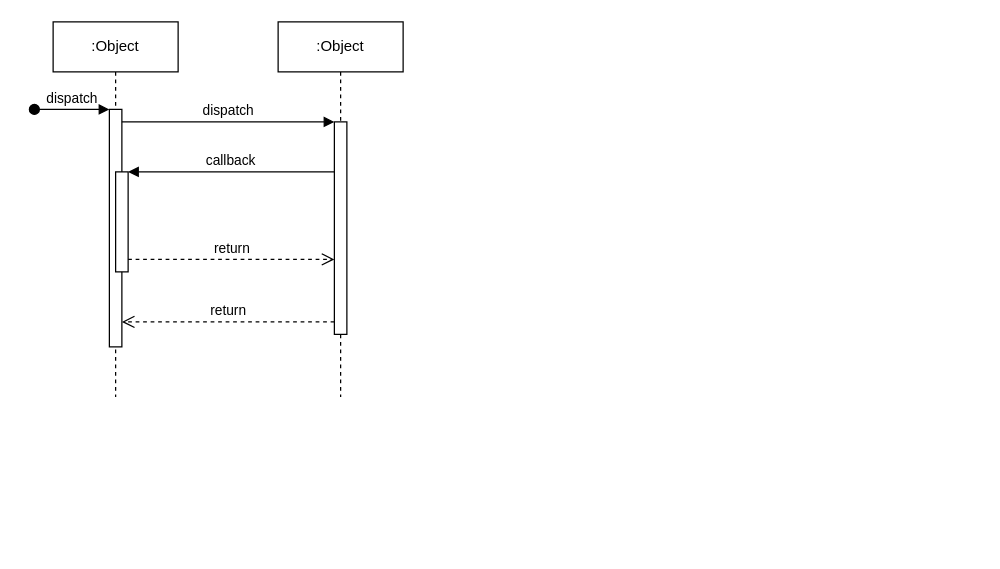
ZWJ5656588/uml keeps this draw.io diagram as 视频服务器-网络服务器模块时序图.drawio. Above is the earlier version. Source tidied: cells renumbered, new cells numbered last; positions are measured from the earlier drawing's top-left corner, leaving out a move shared by most shapes. Both pictures are drawn from the tidied source at 125%, with x=0, y=0 at pixel (34, 21).
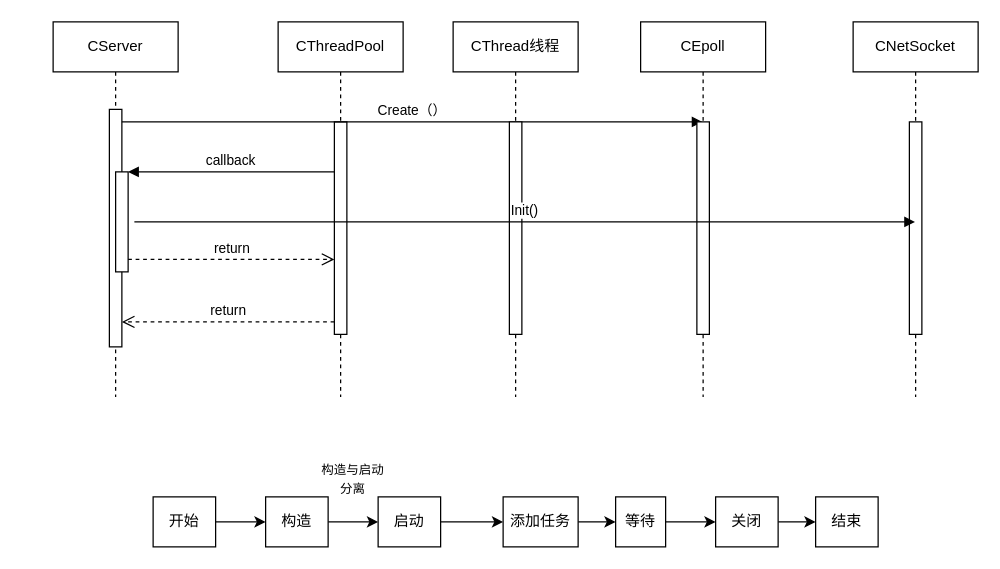
After the change.

Commit message:
视频服务器-网络服务器模块时序图.drawio

Unchanged cells that the change refers to:
```xml
<mxCell id="3" style="html=1;points=[];perimeter=orthogonalPerimeter;outlineConnect=0;targetShapes=umlLifeline;portConstraint=eastwest;newEdgeStyle={&quot;edgeStyle&quot;:&quot;elbowEdgeStyle&quot;,&quot;elbow&quot;:&quot;vertical&quot;,&quot;curved&quot;:0,&quot;rounded&quot;:0};" parent="2" vertex="1">
  <mxGeometry x="45" y="70" width="10" height="190" as="geometry" />
</mxCell>
<mxCell id="7" style="html=1;points=[];perimeter=orthogonalPerimeter;outlineConnect=0;targetShapes=umlLifeline;portConstraint=eastwest;newEdgeStyle={&quot;edgeStyle&quot;:&quot;elbowEdgeStyle&quot;,&quot;elbow&quot;:&quot;vertical&quot;,&quot;curved&quot;:0,&quot;rounded&quot;:0};" parent="6" vertex="1">
  <mxGeometry x="45" y="80" width="10" height="170" as="geometry" />
</mxCell>
```

What changed in the source:
```diff
@@
-    <mxCell id="2" value=":Object" style="shape=umlLifeline;perimeter=lifelinePerimeter;whiteSpace=wrap;html=1;newEdgeStyle={&quot;edgeStyle&quot;:&quot;elbowEdgeStyle&quot;,&quot;elbow&quot;:&quot;vertical&quot;,&quot;curved&quot;:0,&quot;rounded&quot;:0};" parent="1" vertex="1">
+    <mxCell id="2" value="CServer" style="shape=umlLifeline;perimeter=lifelinePerimeter;whiteSpace=wrap;html=1;newEdgeStyle={&quot;edgeStyle&quot;:&quot;elbowEdgeStyle&quot;,&quot;elbow&quot;:&quot;vertical&quot;,&quot;curved&quot;:0,&quot;rounded&quot;:0};" parent="1" vertex="1">
       <mxGeometry x="15" width="100" height="300" as="geometry" />
     </mxCell>
@@
-    <mxCell id="4" value="dispatch" style="html=1;verticalAlign=bottom;startArrow=oval;endArrow=block;startSize=8;edgeStyle=elbowEdgeStyle;elbow=vertical;curved=0;rounded=0;" parent="2" edge="1" target="3">
-      <mxGeometry relative="1" as="geometry">
-        <mxPoint x="-15" y="70" as="sourcePoint" />
-      </mxGeometry>
-    </mxCell>
@@
-    <mxCell id="6" value=":Object" style="shape=umlLifeline;perimeter=lifelinePerimeter;whiteSpace=wrap;html=1;newEdgeStyle={&quot;edgeStyle&quot;:&quot;elbowEdgeStyle&quot;,&quot;elbow&quot;:&quot;vertical&quot;,&quot;curved&quot;:0,&quot;rounded&quot;:0};" parent="1" vertex="1">
+    <mxCell id="6" value="CThreadPool" style="shape=umlLifeline;perimeter=lifelinePerimeter;whiteSpace=wrap;html=1;newEdgeStyle={&quot;edgeStyle&quot;:&quot;elbowEdgeStyle&quot;,&quot;elbow&quot;:&quot;vertical&quot;,&quot;curved&quot;:0,&quot;rounded&quot;:0};" parent="1" vertex="1">
       <mxGeometry x="195" width="100" height="300" as="geometry" />
     </mxCell>
@@
-    <mxCell id="8" value="dispatch" style="html=1;verticalAlign=bottom;endArrow=block;edgeStyle=elbowEdgeStyle;elbow=vertical;curved=0;rounded=0;" parent="1" edge="1" source="3" target="7">
+    <mxCell id="8" value="Create（）" style="html=1;verticalAlign=bottom;endArrow=block;edgeStyle=elbowEdgeStyle;elbow=vertical;curved=0;rounded=0;" parent="1" edge="1" source="3" target="16">
       <mxGeometry relative="1" as="geometry">
         <Array as="points">
           <mxPoint x="155" y="80" />
         </Array>
       </mxGeometry>
     </mxCell>
@@
+    <mxCell id="12" value="CNetSocket" style="shape=umlLifeline;perimeter=lifelinePerimeter;whiteSpace=wrap;html=1;outlineConnect=0;portConstraint=eastwest;newEdgeStyle={&quot;edgeStyle&quot;:&quot;elbowEdgeStyle&quot;,&quot;elbow&quot;:&quot;vertical&quot;,&quot;curved&quot;:0,&quot;rounded&quot;:0};" parent="1" vertex="1">
+      <mxGeometry x="655" width="100" height="300" as="geometry" />
+    </mxCell>
+    <mxCell id="13" style="html=1;perimeter=orthogonalPerimeter;targetShapes=umlLifeline;newEdgeStyle={&quot;edgeStyle&quot;:&quot;elbowEdgeStyle&quot;,&quot;elbow&quot;:&quot;vertical&quot;,&quot;curved&quot;:0,&quot;rounded&quot;:0};" parent="12" vertex="1">
+      <mxGeometry x="45" y="80" width="10" height="170" as="geometry" />
+    </mxCell>
+    <mxCell id="14" value="CThread线程" style="shape=umlLifeline;perimeter=lifelinePerimeter;whiteSpace=wrap;html=1;newEdgeStyle={&quot;edgeStyle&quot;:&quot;elbowEdgeStyle&quot;,&quot;elbow&quot;:&quot;vertical&quot;,&quot;curved&quot;:0,&quot;rounded&quot;:0};" parent="1" vertex="1">
+      <mxGeometry x="335" width="100" height="300" as="geometry" />
+    </mxCell>
+    <mxCell id="15" style="html=1;perimeter=orthogonalPerimeter;targetShapes=umlLifeline;newEdgeStyle={&quot;edgeStyle&quot;:&quot;elbowEdgeStyle&quot;,&quot;elbow&quot;:&quot;vertical&quot;,&quot;curved&quot;:0,&quot;rounded&quot;:0};" parent="14" vertex="1">
+      <mxGeometry x="45" y="80" width="10" height="170" as="geometry" />
+    </mxCell>
+    <mxCell id="16" value="CEpoll" style="shape=umlLifeline;perimeter=lifelinePerimeter;whiteSpace=wrap;html=1;outlineConnect=0;portConstraint=eastwest;newEdgeStyle={&quot;edgeStyle&quot;:&quot;elbowEdgeStyle&quot;,&quot;elbow&quot;:&quot;vertical&quot;,&quot;curved&quot;:0,&quot;rounded&quot;:0};" parent="1" vertex="1">
+      <mxGeometry x="485" width="100" height="300" as="geometry" />
+    </mxCell>
+    <mxCell id="17" style="html=1;perimeter=orthogonalPerimeter;targetShapes=umlLifeline;newEdgeStyle={&quot;edgeStyle&quot;:&quot;elbowEdgeStyle&quot;,&quot;elbow&quot;:&quot;vertical&quot;,&quot;curved&quot;:0,&quot;rounded&quot;:0};" parent="16" vertex="1">
+      <mxGeometry x="45" y="80" width="10" height="170" as="geometry" />
+    </mxCell>
+    <mxCell id="18" style="edgeStyle=orthogonalEdgeStyle;rounded=0;jettySize=auto;html=1;exitX=1;exitY=0.5;exitDx=0;exitDy=0;entryX=0;entryY=0.5;entryDx=0;entryDy=0;" parent="1" edge="1" source="19" target="21">
+      <mxGeometry relative="1" as="geometry" />
+    </mxCell>
+    <mxCell id="19" value="开始" style="rounded=0;whiteSpace=wrap;html=1;" parent="1" vertex="1">
+      <mxGeometry x="95" y="380" width="50" height="40" as="geometry" />
+    </mxCell>
+    <mxCell id="20" style="edgeStyle=orthogonalEdgeStyle;rounded=0;jettySize=auto;html=1;" parent="1" edge="1" source="21" target="23">
+      <mxGeometry relative="1" as="geometry" />
+    </mxCell>
+    <mxCell id="21" value="构造" style="rounded=0;whiteSpace=wrap;html=1;" parent="1" vertex="1">
+      <mxGeometry x="185" y="380" width="50" height="40" as="geometry" />
+    </mxCell>
+    <mxCell id="22" style="edgeStyle=orthogonalEdgeStyle;rounded=0;jettySize=auto;html=1;" parent="1" edge="1" source="23" target="25">
+      <mxGeometry relative="1" as="geometry" />
+    </mxCell>
+    <mxCell id="23" value="启动" style="rounded=0;whiteSpace=wrap;html=1;" parent="1" vertex="1">
+      <mxGeometry x="275" y="380" width="50" height="40" as="geometry" />
+    </mxCell>
+    <mxCell id="24" style="edgeStyle=orthogonalEdgeStyle;rounded=0;jettySize=auto;html=1;" parent="1" edge="1" source="25" target="27">
+      <mxGeometry relative="1" as="geometry" />
+    </mxCell>
+    <mxCell id="25" value="添加任务" style="rounded=0;whiteSpace=wrap;html=1;" parent="1" vertex="1">
+      <mxGeometry x="375" y="380" width="60" height="40" as="geometry" />
+    </mxCell>
+    <mxCell id="26" style="edgeStyle=orthogonalEdgeStyle;rounded=0;jettySize=auto;html=1;" parent="1" edge="1" source="27" target="30">
+      <mxGeometry relative="1" as="geometry" />
+    </mxCell>
+    <mxCell id="27" value="等待" style="rounded=0;whiteSpace=wrap;html=1;" parent="1" vertex="1">
+      <mxGeometry x="465" y="380" width="40" height="40" as="geometry" />
+    </mxCell>
+    <mxCell id="28" value="&lt;font style=&quot;font-size: 10px;&quot;&gt;构造与启动分离&lt;/font&gt;" style="text;strokeColor=none;align=center;fillColor=none;html=1;verticalAlign=middle;whiteSpace=wrap;rounded=0;" parent="1" vertex="1">
+      <mxGeometry x="225" y="350" width="60" height="30" as="geometry" />
+    </mxCell>
+    <mxCell id="29" style="edgeStyle=orthogonalEdgeStyle;rounded=0;jettySize=auto;html=1;" parent="1" edge="1" source="30" target="31">
+      <mxGeometry relative="1" as="geometry" />
+    </mxCell>
+    <mxCell id="30" value="关闭" style="rounded=0;whiteSpace=wrap;html=1;" parent="1" vertex="1">
+      <mxGeometry x="545" y="380" width="50" height="40" as="geometry" />
+    </mxCell>
+    <mxCell id="31" value="结束" style="rounded=0;whiteSpace=wrap;html=1;" parent="1" vertex="1">
+      <mxGeometry x="625" y="380" width="50" height="40" as="geometry" />
+    </mxCell>
+    <mxCell id="32" value="Init()" style="html=1;verticalAlign=bottom;endArrow=block;edgeStyle=elbowEdgeStyle;elbow=vertical;curved=0;rounded=0;" parent="1" edge="1" target="12">
+      <mxGeometry relative="1" as="geometry">
+        <mxPoint x="80" y="160" as="sourcePoint" />
+        <Array as="points">
+          <mxPoint x="165" y="160" />
+        </Array>
+      </mxGeometry>
+    </mxCell>
```
